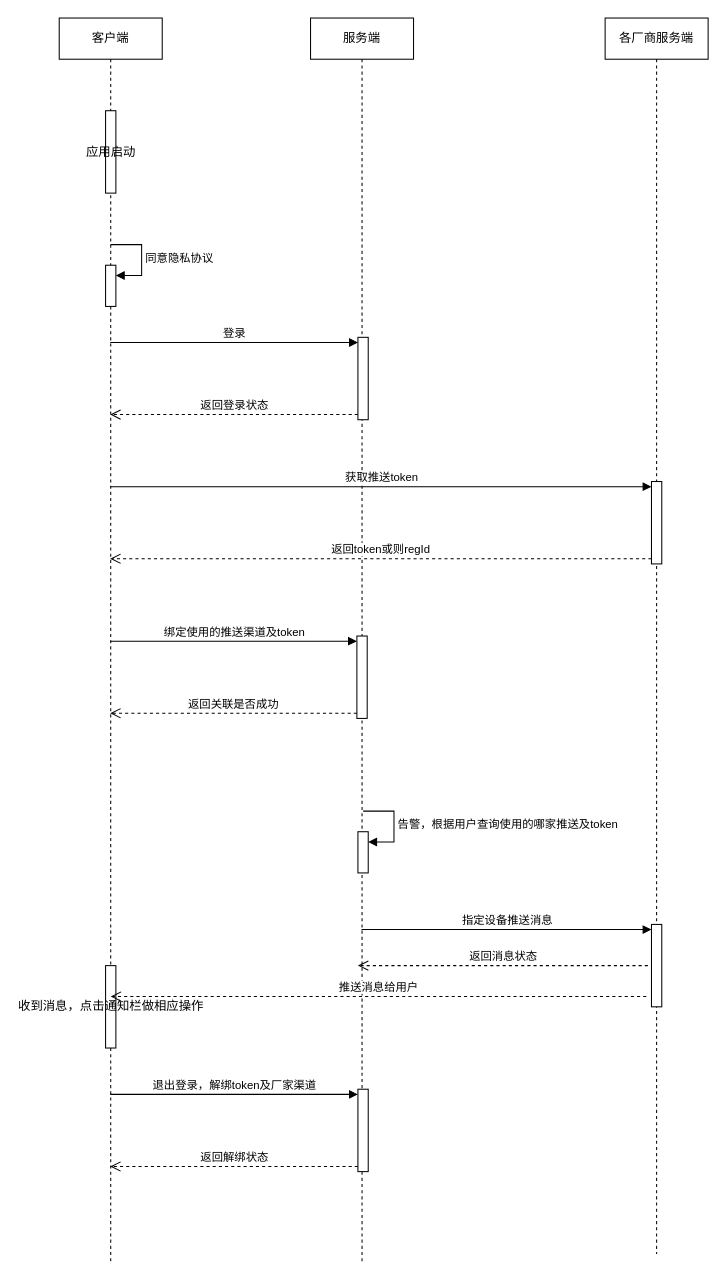
Earlier version of the draw.io diagram 厂商推送自研.drawio (geeker-cmc/css3). Source tidied: cells renumbered, new cells numbered last; positions are measured from the earlier drawing's top-left corner, leaving out a move shared by most shapes. Both pictures are drawn from the tidied source at 103%, with x=0, y=0 at pixel (59, 18).
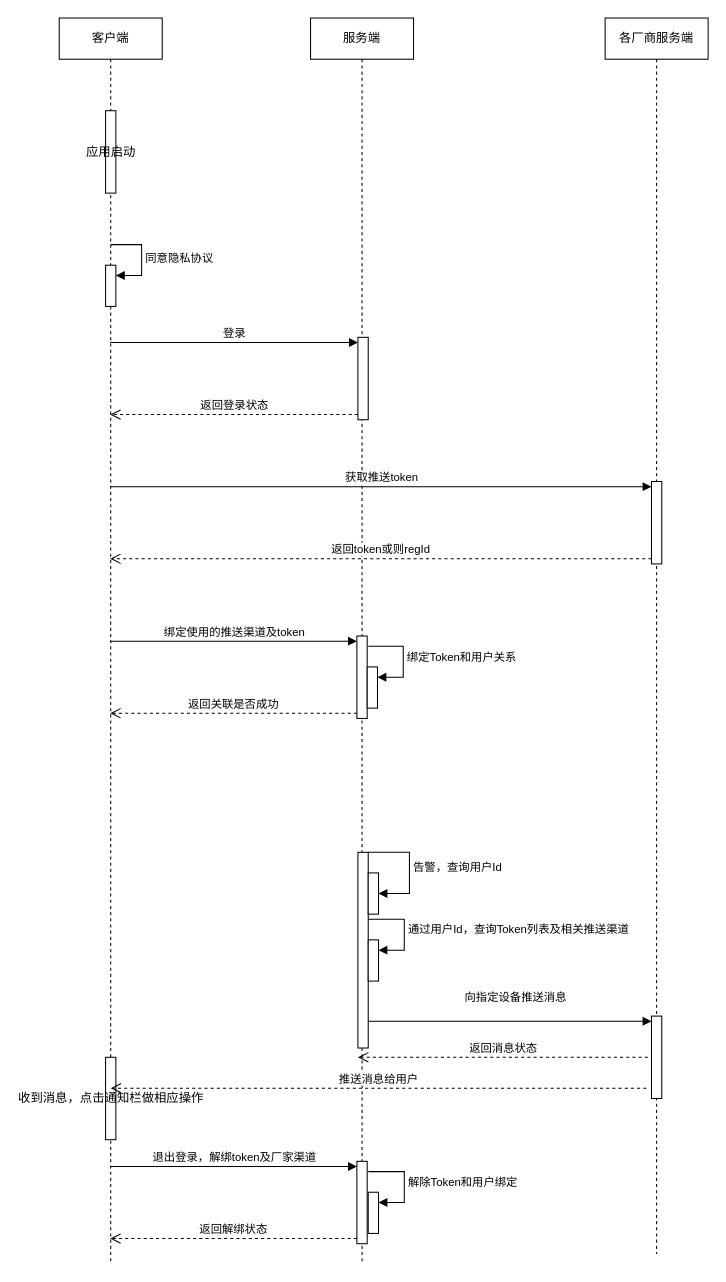
The same diagram, later.

Commit message:
更新厂商推送自研.drawio

The change refers to these unchanged cells:
```xml
<mxCell id="2" value="客户端" style="shape=umlLifeline;perimeter=lifelinePerimeter;whiteSpace=wrap;html=1;outlineConnect=0;portConstraint=eastwest;newEdgeStyle={&quot;curved&quot;:0,&quot;rounded&quot;:0};" parent="1" vertex="1">
  <mxGeometry width="100" height="1210" as="geometry" />
</mxCell>
<mxCell id="7" value="服务端" style="shape=umlLifeline;perimeter=lifelinePerimeter;whiteSpace=wrap;html=1;outlineConnect=0;portConstraint=eastwest;newEdgeStyle={&quot;curved&quot;:0,&quot;rounded&quot;:0};" parent="1" vertex="1">
  <mxGeometry x="244" width="100" height="1210" as="geometry" />
</mxCell>
<mxCell id="13" value="各厂商服务端" style="shape=umlLifeline;perimeter=lifelinePerimeter;whiteSpace=wrap;html=1;newEdgeStyle={&quot;curved&quot;:0,&quot;rounded&quot;:0};" parent="1" vertex="1">
  <mxGeometry x="530" width="100" height="1200" as="geometry" />
</mxCell>
```

Change to the diagram source:
```diff
@@
     <mxCell id="6" value="收到消息，点击通知栏做相应操作" style="html=1;perimeter=orthogonalPerimeter;targetShapes=umlLifeline;newEdgeStyle={&quot;curved&quot;:0,&quot;rounded&quot;:0};" parent="2" vertex="1">
-      <mxGeometry x="45" y="920" width="10" height="80" as="geometry" />
+      <mxGeometry x="45" y="1009" width="10" height="80" as="geometry" />
     </mxCell>
@@
     <mxCell id="10" style="html=1;points=[[0,0,0,0,5],[0,1,0,0,-5],[1,0,0,0,5],[1,1,0,0,-5]];perimeter=orthogonalPerimeter;outlineConnect=0;targetShapes=umlLifeline;portConstraint=eastwest;newEdgeStyle={&quot;curved&quot;:0,&quot;rounded&quot;:0};" parent="7" vertex="1">
-      <mxGeometry x="46" y="790" width="10" height="40" as="geometry" />
+      <mxGeometry x="46" y="810" width="10" height="190" as="geometry" />
     </mxCell>
-    <mxCell id="11" value="告警，根据用户查询使用的哪家推送及token" style="html=1;align=left;spacingLeft=2;endArrow=block;rounded=0;edgeStyle=orthogonalEdgeStyle;curved=0;rounded=0;" parent="7" edge="1" target="10">
-      <mxGeometry relative="1" as="geometry">
-        <mxPoint x="51" y="770" as="sourcePoint" />
-        <Array as="points">
-          <mxPoint x="81" y="800" />
-        </Array>
-      </mxGeometry>
-    </mxCell>
     <mxCell id="12" style="html=1;points=[[0,0,0,0,5],[0,1,0,0,-5],[1,0,0,0,5],[1,1,0,0,-5]];perimeter=orthogonalPerimeter;outlineConnect=0;targetShapes=umlLifeline;portConstraint=eastwest;newEdgeStyle={&quot;curved&quot;:0,&quot;rounded&quot;:0};" parent="7" vertex="1">
-      <mxGeometry x="46" y="1040" width="10" height="80" as="geometry" />
+      <mxGeometry x="45" y="1110" width="10" height="80" as="geometry" />
     </mxCell>
+    <mxCell id="27" style="html=1;points=[[0,0,0,0,5],[0,1,0,0,-5],[1,0,0,0,5],[1,1,0,0,-5]];perimeter=orthogonalPerimeter;outlineConnect=0;targetShapes=umlLifeline;portConstraint=eastwest;newEdgeStyle={&quot;curved&quot;:0,&quot;rounded&quot;:0};" parent="7" vertex="1">
+      <mxGeometry x="56" y="830" width="10" height="40" as="geometry" />
+    </mxCell>
+    <mxCell id="28" value="告警，查询用户Id" style="html=1;align=left;spacingLeft=2;endArrow=block;rounded=0;edgeStyle=orthogonalEdgeStyle;curved=0;rounded=0;" parent="7" edge="1" source="10" target="27">
+      <mxGeometry relative="1" as="geometry">
+        <Array as="points">
+          <mxPoint x="96" y="810" />
+          <mxPoint x="96" y="850" />
+        </Array>
+      </mxGeometry>
+    </mxCell>
+    <mxCell id="29" style="html=1;points=[[0,0,0,0,5],[0,1,0,0,-5],[1,0,0,0,5],[1,1,0,0,-5]];perimeter=orthogonalPerimeter;outlineConnect=0;targetShapes=umlLifeline;portConstraint=eastwest;newEdgeStyle={&quot;curved&quot;:0,&quot;rounded&quot;:0};" parent="7" vertex="1">
+      <mxGeometry x="56" y="895" width="10" height="40" as="geometry" />
+    </mxCell>
+    <mxCell id="30" value="通过用户Id，查询Token列表及相关推送渠道" style="html=1;align=left;spacingLeft=2;endArrow=block;rounded=0;edgeStyle=orthogonalEdgeStyle;curved=0;rounded=0;" parent="7" edge="1" target="29">
+      <mxGeometry relative="1" as="geometry">
+        <mxPoint x="56" y="875" as="sourcePoint" />
+        <Array as="points">
+          <mxPoint x="91" y="905" />
+        </Array>
+      </mxGeometry>
+    </mxCell>
+    <mxCell id="31" style="html=1;points=[[0,0,0,0,5],[0,1,0,0,-5],[1,0,0,0,5],[1,1,0,0,-5]];perimeter=orthogonalPerimeter;outlineConnect=0;targetShapes=umlLifeline;portConstraint=eastwest;newEdgeStyle={&quot;curved&quot;:0,&quot;rounded&quot;:0};" parent="7" vertex="1">
+      <mxGeometry x="55" y="630" width="10" height="40" as="geometry" />
+    </mxCell>
+    <mxCell id="32" value="绑定Token和用户关系" style="html=1;align=left;spacingLeft=2;endArrow=block;rounded=0;edgeStyle=orthogonalEdgeStyle;curved=0;rounded=0;" parent="7" edge="1" target="31">
+      <mxGeometry relative="1" as="geometry">
+        <mxPoint x="56" y="610" as="sourcePoint" />
+        <Array as="points">
+          <mxPoint x="90" y="640" />
+        </Array>
+      </mxGeometry>
+    </mxCell>
+    <mxCell id="33" style="html=1;points=[[0,0,0,0,5],[0,1,0,0,-5],[1,0,0,0,5],[1,1,0,0,-5]];perimeter=orthogonalPerimeter;outlineConnect=0;targetShapes=umlLifeline;portConstraint=eastwest;newEdgeStyle={&quot;curved&quot;:0,&quot;rounded&quot;:0};" parent="7" vertex="1">
+      <mxGeometry x="56" y="1140" width="10" height="40" as="geometry" />
+    </mxCell>
+    <mxCell id="34" value="解除Token和用户绑定" style="html=1;align=left;spacingLeft=2;endArrow=block;rounded=0;edgeStyle=orthogonalEdgeStyle;curved=0;rounded=0;" parent="7" edge="1" target="33">
+      <mxGeometry relative="1" as="geometry">
+        <mxPoint x="56" y="1120" as="sourcePoint" />
+        <Array as="points">
+          <mxPoint x="91" y="1150" />
+        </Array>
+      </mxGeometry>
+    </mxCell>
@@
     <mxCell id="15" style="html=1;points=[[0,0,0,0,5],[0,1,0,0,-5],[1,0,0,0,5],[1,1,0,0,-5]];perimeter=orthogonalPerimeter;outlineConnect=0;targetShapes=umlLifeline;portConstraint=eastwest;newEdgeStyle={&quot;curved&quot;:0,&quot;rounded&quot;:0};" parent="13" vertex="1">
-      <mxGeometry x="45" y="880" width="10" height="80" as="geometry" />
+      <mxGeometry x="45" y="969" width="10" height="80" as="geometry" />
     </mxCell>
@@
-    <mxCell id="22" value="指定设备推送消息" style="html=1;verticalAlign=bottom;endArrow=block;curved=0;rounded=0;entryX=0;entryY=0;entryDx=0;entryDy=5;" parent="1" edge="1" source="7" target="15">
-      <mxGeometry relative="1" as="geometry" />
+    <mxCell id="22" value="向指定设备推送消息" style="html=1;verticalAlign=bottom;endArrow=block;curved=0;rounded=0;entryX=0;entryY=0;entryDx=0;entryDy=5;" parent="1" edge="1" source="10" target="15">
+      <mxGeometry x="0.04" y="14" relative="1" as="geometry" />
     </mxCell>
     <mxCell id="23" value="返回消息状态" style="html=1;verticalAlign=bottom;endArrow=open;dashed=1;endSize=8;curved=0;rounded=0;exitX=0;exitY=1;exitDx=0;exitDy=-5;" parent="1" edge="1">
       <mxGeometry relative="1" as="geometry">
-        <mxPoint x="571.5" y="920" as="sourcePoint" />
-        <mxPoint x="290" y="920" as="targetPoint" />
+        <mxPoint x="571.5" y="1009" as="sourcePoint" />
+        <mxPoint x="290" y="1009" as="targetPoint" />
       </mxGeometry>
     </mxCell>
     <mxCell id="24" value="推送消息给用户" style="html=1;verticalAlign=bottom;endArrow=open;dashed=1;endSize=8;curved=0;rounded=0;" parent="1" edge="1">
       <mxGeometry relative="1" as="geometry">
-        <mxPoint x="570" y="950" as="sourcePoint" />
-        <mxPoint x="50" y="950" as="targetPoint" />
+        <mxPoint x="570" y="1039" as="sourcePoint" />
+        <mxPoint x="50" y="1039" as="targetPoint" />
       </mxGeometry>
     </mxCell>
```
